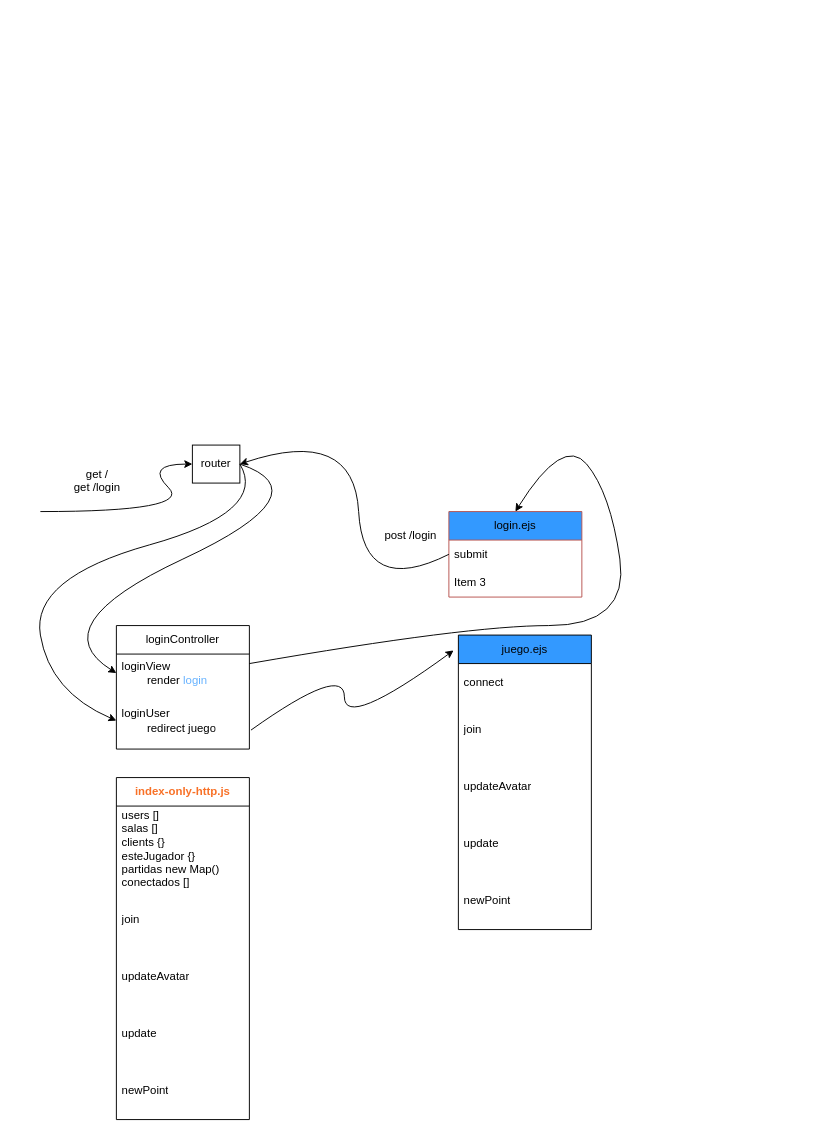
The draw.io diagram page "Page-1" (1 of 2) of game-cells.drawio in bertagzlz/game-mvc-node-socket-wss, before the edit. Source tidied: cells renumbered, new cells numbered last; positions are measured from the earlier drawing's top-left corner, leaving out a move shared by most shapes. Both pictures are drawn from the tidied source at 95%, with x=0, y=0 at pixel (30, 426).
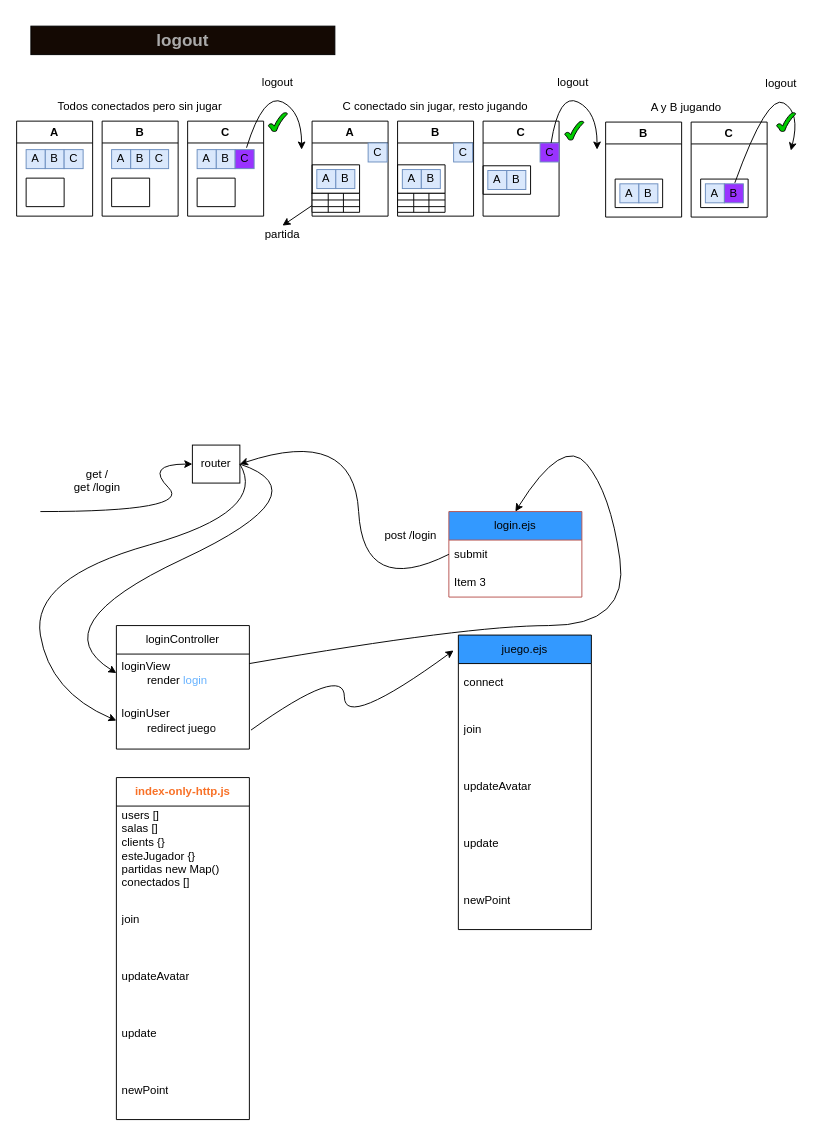
Above is the later version.

Diff of the diagram source:
```diff
@@
+    <mxCell id="29" style="group;" parent="1" vertex="1">
+      <mxGeometry y="-421" width="320" height="230" as="geometry" />
+    </mxCell>
+    <mxCell id="30" value="&lt;h2&gt;logout&lt;/h2&gt;" style="text;html=1;strokeColor=#000000;fillColor=#140903;align=center;verticalAlign=middle;whiteSpace=wrap;rounded=0;fontColor=#aaaaaa;" parent="29" vertex="1">
+      <mxGeometry width="320" height="30" as="geometry" />
+    </mxCell>
+    <mxCell id="31" style="group;" parent="29" vertex="1">
+      <mxGeometry x="-15" y="50" width="305" height="180" as="geometry" />
+    </mxCell>
+    <mxCell id="32" value="partida" style="text;html=1;strokeColor=none;fillColor=none;align=center;verticalAlign=middle;whiteSpace=wrap;rounded=0;" parent="31" vertex="1">
+      <mxGeometry x="255" y="160" width="50" height="20" as="geometry" />
+    </mxCell>
+    <mxCell id="33" style="group;" parent="31" vertex="1">
+      <mxGeometry width="300" height="150" as="geometry" />
+    </mxCell>
+    <mxCell id="34" value="A" style="swimlane;whiteSpace=wrap;html=1;" parent="33" vertex="1">
+      <mxGeometry y="50" width="80" height="100" as="geometry" />
+    </mxCell>
+    <mxCell id="35" value="B" style="text;strokeColor=#6c8ebf;fillColor=#dae8fc;align=left;verticalAlign=middle;spacingLeft=4;spacingRight=4;overflow=hidden;whiteSpace=wrap;html=1;" parent="34" vertex="1">
+      <mxGeometry x="30" y="30" width="20" height="20" as="geometry" />
+    </mxCell>
+    <mxCell id="36" value="C" style="text;strokeColor=#6c8ebf;fillColor=#dae8fc;align=left;verticalAlign=middle;spacingLeft=4;spacingRight=4;overflow=hidden;whiteSpace=wrap;html=1;" parent="34" vertex="1">
+      <mxGeometry x="50" y="30" width="20" height="20" as="geometry" />
+    </mxCell>
+    <mxCell id="37" style="swimlane;startSize=0;" parent="34" vertex="1">
+      <mxGeometry x="10" y="60" width="40" height="30" as="geometry" />
+    </mxCell>
+    <mxCell id="38" value="A" style="text;strokeColor=#6c8ebf;fillColor=#dae8fc;align=left;verticalAlign=middle;spacingLeft=4;spacingRight=4;overflow=hidden;whiteSpace=wrap;html=1;" parent="34" vertex="1">
+      <mxGeometry x="10" y="30" width="20" height="20" as="geometry" />
+    </mxCell>
+    <mxCell id="39" value="B" style="swimlane;whiteSpace=wrap;html=1;" parent="33" vertex="1">
+      <mxGeometry x="90" y="50" width="80" height="100" as="geometry" />
+    </mxCell>
+    <mxCell id="40" value="B" style="text;strokeColor=#6c8ebf;fillColor=#dae8fc;align=left;verticalAlign=middle;spacingLeft=4;spacingRight=4;overflow=hidden;whiteSpace=wrap;html=1;" parent="39" vertex="1">
+      <mxGeometry x="30" y="30" width="20" height="20" as="geometry" />
+    </mxCell>
+    <mxCell id="41" value="C" style="text;strokeColor=#6c8ebf;fillColor=#dae8fc;align=left;verticalAlign=middle;spacingLeft=4;spacingRight=4;overflow=hidden;whiteSpace=wrap;html=1;" parent="39" vertex="1">
+      <mxGeometry x="50" y="30" width="20" height="20" as="geometry" />
+    </mxCell>
+    <mxCell id="42" style="swimlane;startSize=0;" parent="39" vertex="1">
+      <mxGeometry x="10" y="60" width="40" height="30" as="geometry" />
+    </mxCell>
+    <mxCell id="43" value="A" style="text;strokeColor=#6c8ebf;fillColor=#dae8fc;align=left;verticalAlign=middle;spacingLeft=4;spacingRight=4;overflow=hidden;whiteSpace=wrap;html=1;" parent="39" vertex="1">
+      <mxGeometry x="10" y="30" width="20" height="20" as="geometry" />
+    </mxCell>
+    <mxCell id="44" value="C" style="swimlane;whiteSpace=wrap;html=1;" parent="33" vertex="1">
+      <mxGeometry x="180" y="50" width="80" height="100" as="geometry" />
+    </mxCell>
+    <mxCell id="45" value="B" style="text;strokeColor=#6c8ebf;fillColor=#dae8fc;align=left;verticalAlign=middle;spacingLeft=4;spacingRight=4;overflow=hidden;whiteSpace=wrap;html=1;" parent="44" vertex="1">
+      <mxGeometry x="30" y="30" width="20" height="20" as="geometry" />
+    </mxCell>
+    <mxCell id="46" value="C" style="text;strokeColor=#6c8ebf;fillColor=#9933FF;align=left;verticalAlign=middle;spacingLeft=4;spacingRight=4;overflow=hidden;points=[[0,0.5],[1,0.5]];portConstraint=eastwest;whiteSpace=wrap;html=1;" parent="44" vertex="1">
+      <mxGeometry x="50" y="30" width="20" height="20" as="geometry" />
+    </mxCell>
+    <mxCell id="47" style="swimlane;startSize=0;" parent="44" vertex="1">
+      <mxGeometry x="10" y="60" width="40" height="30" as="geometry" />
+    </mxCell>
+    <mxCell id="48" value="A" style="text;strokeColor=#6c8ebf;fillColor=#dae8fc;align=left;verticalAlign=middle;spacingLeft=4;spacingRight=4;overflow=hidden;whiteSpace=wrap;html=1;" parent="44" vertex="1">
+      <mxGeometry x="10" y="30" width="20" height="20" as="geometry" />
+    </mxCell>
+    <mxCell id="49" value="Todos conectados pero sin jugar" style="text;html=1;strokeColor=none;fillColor=none;align=center;verticalAlign=middle;whiteSpace=wrap;rounded=0;" parent="33" vertex="1">
+      <mxGeometry y="20" width="260" height="30" as="geometry" />
+    </mxCell>
+    <mxCell id="50" style="curved=1;endArrow=classic;html=1;rounded=0;exitX=0.6;exitY=-0.1;exitDx=0;exitDy=0;exitPerimeter=0;" parent="33" edge="1" source="46">
+      <mxGeometry relative="1" as="geometry">
+        <mxPoint x="300" y="80" as="targetPoint" />
+        <Array as="points">
+          <mxPoint x="260" y="20" />
+          <mxPoint x="300" y="40" />
+        </Array>
+      </mxGeometry>
+    </mxCell>
+    <mxCell id="51" value="logout" style="text;html=1;strokeColor=none;fillColor=none;align=center;verticalAlign=middle;whiteSpace=wrap;rounded=0;" parent="33" vertex="1">
+      <mxGeometry x="250" width="50" height="20" as="geometry" />
+    </mxCell>
+    <mxCell id="52" style="verticalLabelPosition=bottom;verticalAlign=top;html=1;shape=mxgraph.basic.tick;fillColor=#00CC00;" parent="33" vertex="1">
+      <mxGeometry x="265" y="41" width="20" height="20" as="geometry" />
+    </mxCell>
+    <mxCell id="53" value="A" style="swimlane;whiteSpace=wrap;html=1;" parent="1" vertex="1">
+      <mxGeometry x="296" y="-321" width="80" height="100" as="geometry" />
+    </mxCell>
+    <mxCell id="54" value="C" style="text;strokeColor=#6c8ebf;fillColor=#dae8fc;align=left;verticalAlign=middle;spacingLeft=4;spacingRight=4;overflow=hidden;whiteSpace=wrap;html=1;" parent="53" vertex="1">
+      <mxGeometry x="59" y="23" width="20" height="20" as="geometry" />
+    </mxCell>
+    <mxCell id="55" style="swimlane;startSize=0;" parent="53" vertex="1">
+      <mxGeometry y="46" width="50" height="30" as="geometry" />
+    </mxCell>
+    <mxCell id="56" value="A" style="text;strokeColor=#6c8ebf;fillColor=#dae8fc;align=left;verticalAlign=middle;spacingLeft=4;spacingRight=4;overflow=hidden;whiteSpace=wrap;html=1;" parent="55" vertex="1">
+      <mxGeometry x="5" y="5" width="20" height="20" as="geometry" />
+    </mxCell>
+    <mxCell id="57" value="B" style="text;strokeColor=#6c8ebf;fillColor=#dae8fc;align=left;verticalAlign=middle;spacingLeft=4;spacingRight=4;overflow=hidden;whiteSpace=wrap;html=1;" parent="55" vertex="1">
+      <mxGeometry x="25" y="5" width="20" height="20" as="geometry" />
+    </mxCell>
+    <mxCell id="58" value="B" style="swimlane;whiteSpace=wrap;html=1;" parent="1" vertex="1">
+      <mxGeometry x="386" y="-321" width="80" height="100" as="geometry" />
+    </mxCell>
+    <mxCell id="59" value="C" style="text;strokeColor=#6c8ebf;fillColor=#dae8fc;align=left;verticalAlign=middle;spacingLeft=4;spacingRight=4;overflow=hidden;whiteSpace=wrap;html=1;" parent="58" vertex="1">
+      <mxGeometry x="59" y="23" width="20" height="20" as="geometry" />
+    </mxCell>
+    <mxCell id="60" value="C" style="swimlane;whiteSpace=wrap;html=1;" parent="1" vertex="1">
+      <mxGeometry x="476" y="-321" width="80" height="100" as="geometry" />
+    </mxCell>
+    <mxCell id="61" value="C" style="text;strokeColor=#6c8ebf;fillColor=#9933FF;align=left;verticalAlign=middle;spacingLeft=4;spacingRight=4;overflow=hidden;points=[[0,0.5],[1,0.5]];portConstraint=eastwest;whiteSpace=wrap;html=1;" parent="60" vertex="1">
+      <mxGeometry x="60" y="23" width="20" height="20" as="geometry" />
+    </mxCell>
+    <mxCell id="62" style="swimlane;startSize=0;" parent="60" vertex="1">
+      <mxGeometry y="47" width="50" height="30" as="geometry" />
+    </mxCell>
+    <mxCell id="63" value="A" style="text;strokeColor=#6c8ebf;fillColor=#dae8fc;align=left;verticalAlign=middle;spacingLeft=4;spacingRight=4;overflow=hidden;whiteSpace=wrap;html=1;" parent="62" vertex="1">
+      <mxGeometry x="5" y="5" width="20" height="20" as="geometry" />
+    </mxCell>
+    <mxCell id="64" value="B" style="text;strokeColor=#6c8ebf;fillColor=#dae8fc;align=left;verticalAlign=middle;spacingLeft=4;spacingRight=4;overflow=hidden;whiteSpace=wrap;html=1;" parent="62" vertex="1">
+      <mxGeometry x="25" y="5" width="20" height="20" as="geometry" />
+    </mxCell>
+    <mxCell id="65" value="C conectado sin jugar, resto jugando" style="text;html=1;strokeColor=none;fillColor=none;align=center;verticalAlign=middle;whiteSpace=wrap;rounded=0;" parent="1" vertex="1">
+      <mxGeometry x="296" y="-351" width="260" height="30" as="geometry" />
+    </mxCell>
+    <mxCell id="66" style="endArrow=classic;html=1;rounded=0;exitX=0.363;exitY=1.017;exitDx=0;exitDy=0;exitPerimeter=0;" parent="1" edge="1" source="55">
+      <mxGeometry relative="1" as="geometry">
+        <mxPoint x="264.8" y="-211" as="targetPoint" />
+      </mxGeometry>
+    </mxCell>
+    <mxCell id="67" style="curved=1;endArrow=classic;html=1;rounded=0;" parent="1" edge="1" source="61">
+      <mxGeometry relative="1" as="geometry">
+        <mxPoint x="596" y="-291" as="targetPoint" />
+        <Array as="points">
+          <mxPoint x="556" y="-351" />
+          <mxPoint x="596" y="-331" />
+        </Array>
+      </mxGeometry>
+    </mxCell>
+    <mxCell id="68" value="logout" style="text;html=1;strokeColor=none;fillColor=none;align=center;verticalAlign=middle;whiteSpace=wrap;rounded=0;" parent="1" vertex="1">
+      <mxGeometry x="546" y="-371" width="50" height="20" as="geometry" />
+    </mxCell>
+    <mxCell id="69" style="group;" parent="1" vertex="1">
+      <mxGeometry x="605" y="-370" width="210" height="150" as="geometry" />
+    </mxCell>
+    <mxCell id="70" value="logout" style="text;html=1;strokeColor=none;fillColor=none;align=center;verticalAlign=middle;whiteSpace=wrap;rounded=0;" parent="69" vertex="1">
+      <mxGeometry x="160" width="50" height="20" as="geometry" />
+    </mxCell>
+    <mxCell id="71" style="group;" parent="69" vertex="1">
+      <mxGeometry y="20" width="210" height="130" as="geometry" />
+    </mxCell>
+    <mxCell id="72" value="B" style="swimlane;whiteSpace=wrap;html=1;" parent="71" vertex="1">
+      <mxGeometry y="30" width="80" height="100" as="geometry" />
+    </mxCell>
+    <mxCell id="73" style="swimlane;startSize=0;" parent="72" vertex="1">
+      <mxGeometry x="10" y="60" width="50" height="30" as="geometry" />
+    </mxCell>
+    <mxCell id="74" value="A" style="text;strokeColor=#6c8ebf;fillColor=#dae8fc;align=left;verticalAlign=middle;spacingLeft=4;spacingRight=4;overflow=hidden;whiteSpace=wrap;html=1;" parent="73" vertex="1">
+      <mxGeometry x="5" y="5" width="20" height="20" as="geometry" />
+    </mxCell>
+    <mxCell id="75" value="B" style="text;strokeColor=#6c8ebf;fillColor=#dae8fc;align=left;verticalAlign=middle;spacingLeft=4;spacingRight=4;overflow=hidden;whiteSpace=wrap;html=1;" parent="73" vertex="1">
+      <mxGeometry x="25" y="5" width="20" height="20" as="geometry" />
+    </mxCell>
+    <mxCell id="76" value="C" style="swimlane;whiteSpace=wrap;html=1;" parent="71" vertex="1">
+      <mxGeometry x="90" y="30" width="80" height="100" as="geometry" />
+    </mxCell>
+    <mxCell id="77" style="swimlane;startSize=0;" parent="76" vertex="1">
+      <mxGeometry x="10" y="60" width="50" height="30" as="geometry" />
+    </mxCell>
+    <mxCell id="78" value="A" style="text;strokeColor=#6c8ebf;fillColor=#dae8fc;align=left;verticalAlign=middle;spacingLeft=4;spacingRight=4;overflow=hidden;whiteSpace=wrap;html=1;" parent="77" vertex="1">
+      <mxGeometry x="5" y="5" width="20" height="20" as="geometry" />
+    </mxCell>
+    <mxCell id="79" value="B" style="text;strokeColor=#6c8ebf;fillColor=#9933FF;align=left;verticalAlign=middle;spacingLeft=4;spacingRight=4;overflow=hidden;points=[[0,0.5],[1,0.5]];portConstraint=eastwest;whiteSpace=wrap;html=1;" parent="77" vertex="1">
+      <mxGeometry x="25" y="5" width="20" height="20" as="geometry" />
+    </mxCell>
+    <mxCell id="80" value="A y B jugando" style="text;html=1;strokeColor=none;fillColor=none;align=center;verticalAlign=middle;whiteSpace=wrap;rounded=0;" parent="71" vertex="1">
+      <mxGeometry width="170" height="30" as="geometry" />
+    </mxCell>
+    <mxCell id="81" style="curved=1;endArrow=classic;html=1;rounded=0;exitX=0.55;exitY=-0.05;exitDx=0;exitDy=0;exitPerimeter=0;" parent="71" edge="1" source="79">
+      <mxGeometry relative="1" as="geometry">
+        <mxPoint x="195" y="60" as="targetPoint" />
+        <Array as="points">
+          <mxPoint x="170" />
+          <mxPoint x="205" y="20" />
+        </Array>
+      </mxGeometry>
+    </mxCell>
+    <mxCell id="82" style="verticalLabelPosition=bottom;verticalAlign=top;html=1;shape=mxgraph.basic.tick;fillColor=#00CC00;" parent="71" vertex="1">
+      <mxGeometry x="180" y="20" width="20" height="20" as="geometry" />
+    </mxCell>
+    <mxCell id="83" style="shape=table;startSize=0;childLayout=tableLayout;fontSize=16;" parent="1" vertex="1">
+      <mxGeometry x="296" y="-245" width="50" height="20" as="geometry" />
+    </mxCell>
+    <mxCell id="84" style="shape=tableRow;horizontal=0;startSize=0;swimlaneHead=0;swimlaneBody=0;strokeColor=inherit;top=0;left=0;bottom=0;right=0;fillColor=none;fontSize=16;" parent="83" vertex="1">
+      <mxGeometry width="50" height="7" as="geometry" />
+    </mxCell>
+    <mxCell id="85" style="shape=partialRectangle;html=1;whiteSpace=wrap;strokeColor=inherit;overflow=hidden;fillColor=none;top=0;left=0;bottom=0;right=0;fontSize=16;" parent="84" vertex="1">
+      <mxGeometry width="17" height="7" as="geometry" />
+    </mxCell>
+    <mxCell id="86" style="shape=partialRectangle;html=1;whiteSpace=wrap;strokeColor=inherit;overflow=hidden;fillColor=none;top=0;left=0;bottom=0;right=0;fontSize=16;" parent="84" vertex="1">
+      <mxGeometry x="17" width="16" height="7" as="geometry" />
+    </mxCell>
+    <mxCell id="87" style="shape=partialRectangle;html=1;whiteSpace=wrap;strokeColor=inherit;overflow=hidden;fillColor=none;top=0;left=0;bottom=0;right=0;fontSize=16;" parent="84" vertex="1">
+      <mxGeometry x="33" width="17" height="7" as="geometry" />
+    </mxCell>
+    <mxCell id="88" style="shape=tableRow;horizontal=0;startSize=0;swimlaneHead=0;swimlaneBody=0;strokeColor=inherit;top=0;left=0;bottom=0;right=0;fillColor=none;fontSize=16;" parent="83" vertex="1">
+      <mxGeometry y="7" width="50" height="7" as="geometry" />
+    </mxCell>
+    <mxCell id="89" style="shape=partialRectangle;html=1;whiteSpace=wrap;strokeColor=inherit;overflow=hidden;fillColor=none;top=0;left=0;bottom=0;right=0;fontSize=16;" parent="88" vertex="1">
+      <mxGeometry width="17" height="7" as="geometry" />
+    </mxCell>
+    <mxCell id="90" style="shape=partialRectangle;html=1;whiteSpace=wrap;strokeColor=inherit;overflow=hidden;fillColor=none;top=0;left=0;bottom=0;right=0;fontSize=16;" parent="88" vertex="1">
+      <mxGeometry x="17" width="16" height="7" as="geometry" />
+    </mxCell>
+    <mxCell id="91" style="shape=partialRectangle;html=1;whiteSpace=wrap;strokeColor=inherit;overflow=hidden;fillColor=none;top=0;left=0;bottom=0;right=0;fontSize=16;" parent="88" vertex="1">
+      <mxGeometry x="33" width="17" height="7" as="geometry" />
+    </mxCell>
+    <mxCell id="92" style="shape=tableRow;horizontal=0;startSize=0;swimlaneHead=0;swimlaneBody=0;strokeColor=inherit;top=0;left=0;bottom=0;right=0;fillColor=none;fontSize=16;" parent="83" vertex="1">
+      <mxGeometry y="14" width="50" height="6" as="geometry" />
+    </mxCell>
+    <mxCell id="93" style="shape=partialRectangle;html=1;whiteSpace=wrap;strokeColor=inherit;overflow=hidden;fillColor=none;top=0;left=0;bottom=0;right=0;fontSize=16;" parent="92" vertex="1">
+      <mxGeometry width="17" height="6" as="geometry" />
+    </mxCell>
+    <mxCell id="94" style="shape=partialRectangle;html=1;whiteSpace=wrap;strokeColor=inherit;overflow=hidden;fillColor=none;top=0;left=0;bottom=0;right=0;fontSize=16;" parent="92" vertex="1">
+      <mxGeometry x="17" width="16" height="6" as="geometry" />
+    </mxCell>
+    <mxCell id="95" style="shape=partialRectangle;html=1;whiteSpace=wrap;strokeColor=inherit;overflow=hidden;fillColor=none;top=0;left=0;bottom=0;right=0;fontSize=16;" parent="92" vertex="1">
+      <mxGeometry x="33" width="17" height="6" as="geometry" />
+    </mxCell>
+    <mxCell id="96" style="swimlane;startSize=0;" parent="1" vertex="1">
+      <mxGeometry x="386" y="-275" width="50" height="30" as="geometry" />
+    </mxCell>
+    <mxCell id="97" value="A" style="text;strokeColor=#6c8ebf;fillColor=#dae8fc;align=left;verticalAlign=middle;spacingLeft=4;spacingRight=4;overflow=hidden;whiteSpace=wrap;html=1;" parent="96" vertex="1">
+      <mxGeometry x="5" y="5" width="20" height="20" as="geometry" />
+    </mxCell>
+    <mxCell id="98" value="B" style="text;strokeColor=#6c8ebf;fillColor=#dae8fc;align=left;verticalAlign=middle;spacingLeft=4;spacingRight=4;overflow=hidden;whiteSpace=wrap;html=1;" parent="96" vertex="1">
+      <mxGeometry x="25" y="5" width="20" height="20" as="geometry" />
+    </mxCell>
+    <mxCell id="99" style="shape=table;startSize=0;childLayout=tableLayout;fontSize=16;" parent="1" vertex="1">
+      <mxGeometry x="386" y="-245" width="50" height="20" as="geometry" />
+    </mxCell>
+    <mxCell id="100" style="shape=tableRow;horizontal=0;startSize=0;swimlaneHead=0;swimlaneBody=0;strokeColor=inherit;top=0;left=0;bottom=0;right=0;fillColor=none;fontSize=16;" parent="99" vertex="1">
+      <mxGeometry width="50" height="7" as="geometry" />
+    </mxCell>
+    <mxCell id="101" style="shape=partialRectangle;html=1;whiteSpace=wrap;strokeColor=inherit;overflow=hidden;fillColor=none;top=0;left=0;bottom=0;right=0;fontSize=16;" parent="100" vertex="1">
+      <mxGeometry width="17" height="7" as="geometry" />
+    </mxCell>
+    <mxCell id="102" style="shape=partialRectangle;html=1;whiteSpace=wrap;strokeColor=inherit;overflow=hidden;fillColor=none;top=0;left=0;bottom=0;right=0;fontSize=16;" parent="100" vertex="1">
+      <mxGeometry x="17" width="16" height="7" as="geometry" />
+    </mxCell>
+    <mxCell id="103" style="shape=partialRectangle;html=1;whiteSpace=wrap;strokeColor=inherit;overflow=hidden;fillColor=none;top=0;left=0;bottom=0;right=0;fontSize=16;" parent="100" vertex="1">
+      <mxGeometry x="33" width="17" height="7" as="geometry" />
+    </mxCell>
+    <mxCell id="104" style="shape=tableRow;horizontal=0;startSize=0;swimlaneHead=0;swimlaneBody=0;strokeColor=inherit;top=0;left=0;bottom=0;right=0;fillColor=none;fontSize=16;" parent="99" vertex="1">
+      <mxGeometry y="7" width="50" height="7" as="geometry" />
+    </mxCell>
+    <mxCell id="105" style="shape=partialRectangle;html=1;whiteSpace=wrap;strokeColor=inherit;overflow=hidden;fillColor=none;top=0;left=0;bottom=0;right=0;fontSize=16;" parent="104" vertex="1">
+      <mxGeometry width="17" height="7" as="geometry" />
+    </mxCell>
+    <mxCell id="106" style="shape=partialRectangle;html=1;whiteSpace=wrap;strokeColor=inherit;overflow=hidden;fillColor=none;top=0;left=0;bottom=0;right=0;fontSize=16;" parent="104" vertex="1">
+      <mxGeometry x="17" width="16" height="7" as="geometry" />
+    </mxCell>
+    <mxCell id="107" style="shape=partialRectangle;html=1;whiteSpace=wrap;strokeColor=inherit;overflow=hidden;fillColor=none;top=0;left=0;bottom=0;right=0;fontSize=16;" parent="104" vertex="1">
+      <mxGeometry x="33" width="17" height="7" as="geometry" />
+    </mxCell>
+    <mxCell id="108" style="shape=tableRow;horizontal=0;startSize=0;swimlaneHead=0;swimlaneBody=0;strokeColor=inherit;top=0;left=0;bottom=0;right=0;fillColor=none;fontSize=16;" parent="99" vertex="1">
+      <mxGeometry y="14" width="50" height="6" as="geometry" />
+    </mxCell>
+    <mxCell id="109" style="shape=partialRectangle;html=1;whiteSpace=wrap;strokeColor=inherit;overflow=hidden;fillColor=none;top=0;left=0;bottom=0;right=0;fontSize=16;" parent="108" vertex="1">
+      <mxGeometry width="17" height="6" as="geometry" />
+    </mxCell>
+    <mxCell id="110" style="shape=partialRectangle;html=1;whiteSpace=wrap;strokeColor=inherit;overflow=hidden;fillColor=none;top=0;left=0;bottom=0;right=0;fontSize=16;" parent="108" vertex="1">
+      <mxGeometry x="17" width="16" height="6" as="geometry" />
+    </mxCell>
+    <mxCell id="111" style="shape=partialRectangle;html=1;whiteSpace=wrap;strokeColor=inherit;overflow=hidden;fillColor=none;top=0;left=0;bottom=0;right=0;fontSize=16;" parent="108" vertex="1">
+      <mxGeometry x="33" width="17" height="6" as="geometry" />
+    </mxCell>
+    <mxCell id="112" style="verticalLabelPosition=bottom;verticalAlign=top;html=1;shape=mxgraph.basic.tick;fillColor=#00CC00;" parent="1" vertex="1">
+      <mxGeometry x="562" y="-321" width="20" height="20" as="geometry" />
+    </mxCell>
```
